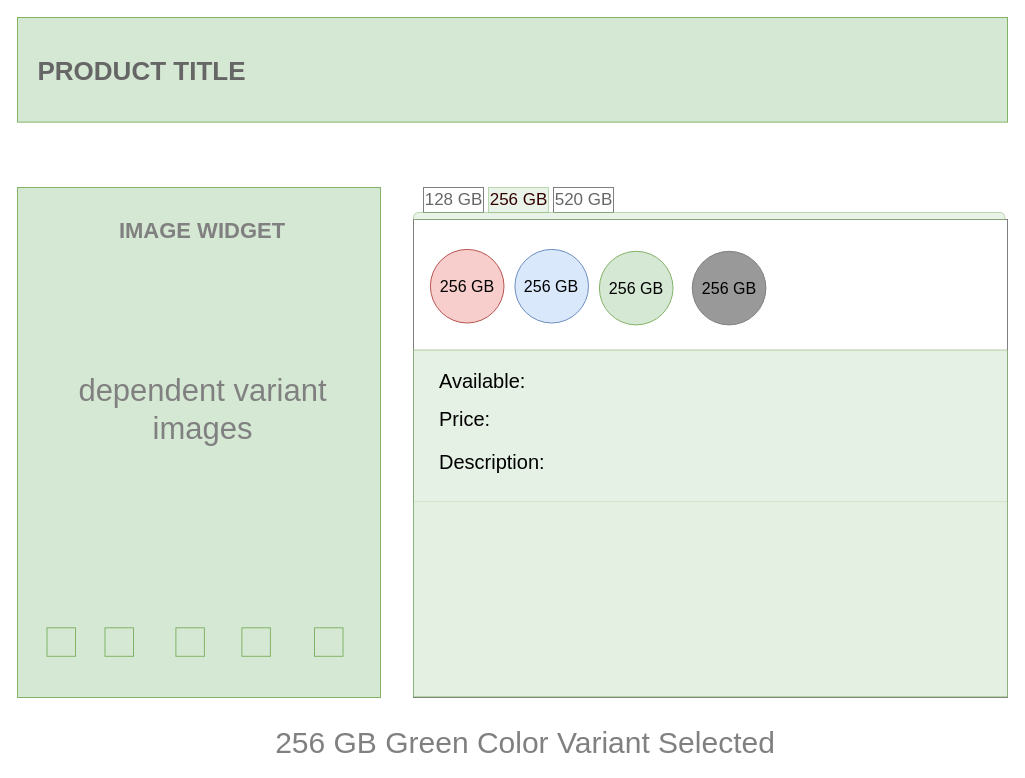
Before: _draw/display.drawio in arsibux/anatomy-of-commerce-product, a draw.io diagram. Source tidied: cells renumbered, new cells numbered last; positions are measured from the earlier drawing's top-left corner, leaving out a move shared by most shapes. Both pictures are drawn from the tidied source at 100%, with x=0, y=0 at pixel (17, 17).
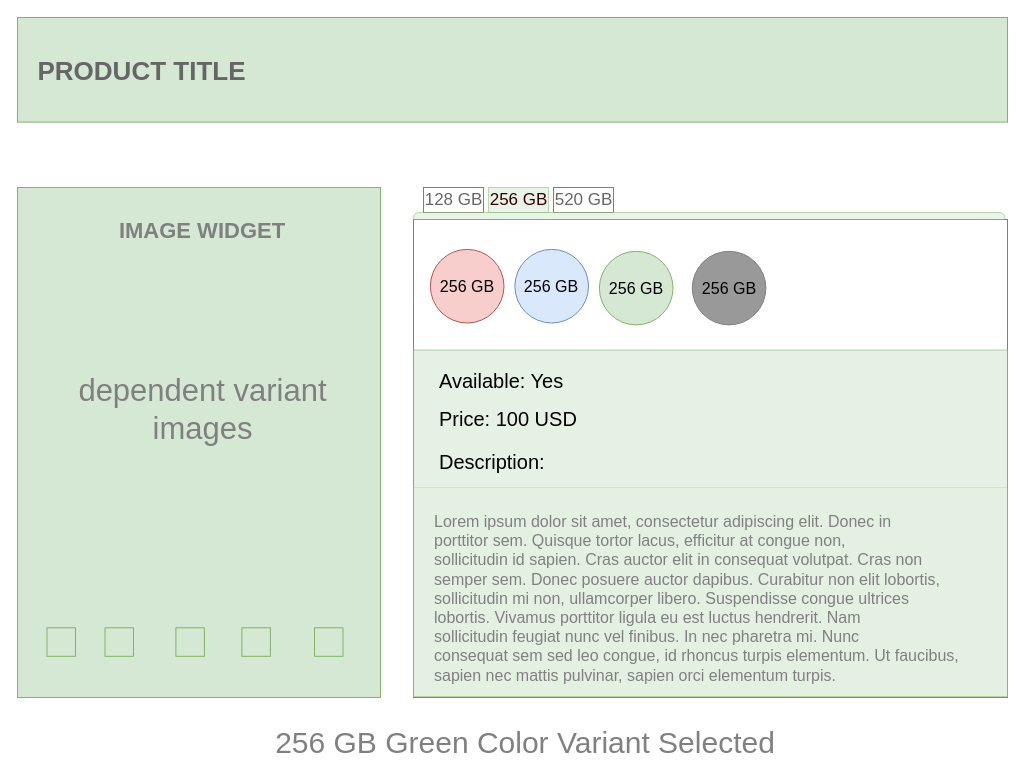
The same diagram, later.

Commit message (it also covers changes not shown here):
display product

Unchanged cells that the change refers to:
```xml
<mxCell id="12" style="strokeWidth=1;shadow=0;dashed=0;align=center;html=1;shape=mxgraph.mockup.containers.marginRect2;rectMarginTop=32;opacity=50;" parent="2" vertex="1">
  <mxGeometry x="396" y="170" width="594" height="510" as="geometry" />
</mxCell>
```

Diff of the diagram source:
```diff
@@
-    <mxCell id="22" value="&lt;font style=&quot;font-size: 20px;&quot;&gt;Available:&amp;nbsp;&lt;/font&gt;" style="text;html=1;strokeColor=none;fillColor=none;align=left;verticalAlign=middle;whiteSpace=wrap;rounded=0;fontSize=20;opacity=60;" parent="12" vertex="1">
-      <mxGeometry x="23.6" y="164.4" width="101.4" height="56.7" as="geometry" />
+    <mxCell id="22" value="&lt;font style=&quot;font-size: 20px;&quot;&gt;Available: Yes&lt;/font&gt;" style="text;html=1;strokeColor=none;fillColor=none;align=left;verticalAlign=middle;whiteSpace=wrap;rounded=0;fontSize=20;opacity=60;" parent="12" vertex="1">
+      <mxGeometry x="23.6" y="164.4" width="166.4" height="56.7" as="geometry" />
     </mxCell>
-    <mxCell id="23" value="&lt;font style=&quot;font-size: 20px;&quot;&gt;Price:&amp;nbsp;&lt;/font&gt;" style="text;html=1;strokeColor=none;fillColor=none;align=left;verticalAlign=middle;whiteSpace=wrap;rounded=0;fontSize=20;opacity=60;" parent="12" vertex="1">
-      <mxGeometry x="23.6" y="202.2" width="101.4" height="56.7" as="geometry" />
+    <mxCell id="23" value="&lt;font style=&quot;font-size: 20px;&quot;&gt;Price: 100 USD&lt;/font&gt;" style="text;html=1;strokeColor=none;fillColor=none;align=left;verticalAlign=middle;whiteSpace=wrap;rounded=0;fontSize=20;opacity=60;" parent="12" vertex="1">
+      <mxGeometry x="23.6" y="202.2" width="166.4" height="56.7" as="geometry" />
     </mxCell>
@@
     <mxCell id="25" style="rounded=0;whiteSpace=wrap;html=1;fontSize=12;opacity=20;fillColor=#d5e8d4;strokeColor=#82b366;" parent="12" vertex="1">
-      <mxGeometry y="314.2" width="594" height="195" as="geometry" />
+      <mxGeometry y="300" width="594" height="209.2" as="geometry" />
     </mxCell>
+    <mxCell id="28" value="Lorem ipsum dolor sit amet, consectetur adipiscing elit. Donec in &lt;br/&gt;porttitor sem. Quisque tortor lacus, efficitur at congue non, &lt;br/&gt;sollicitudin id sapien. Cras auctor elit in consequat volutpat. Cras non&lt;br/&gt; semper sem. Donec posuere auctor dapibus. Curabitur non elit lobortis, &lt;br/&gt;sollicitudin mi non, ullamcorper libero. Suspendisse congue ultrices &lt;br/&gt;lobortis. Vivamus porttitor ligula eu est luctus hendrerit. Nam &lt;br/&gt;sollicitudin feugiat nunc vel finibus. In nec pharetra mi. Nunc &lt;br/&gt;consequat sem sed leo congue, id rhoncus turpis elementum. Ut faucibus, &lt;br/&gt;sapien nec mattis pulvinar, sapien orci elementum turpis." style="text;html=1;strokeColor=none;fillColor=none;align=left;verticalAlign=top;whiteSpace=wrap;rounded=0;fontSize=16;fontColor=#808080;" parent="12" vertex="1">
+      <mxGeometry x="18.6" y="318" width="556.4" height="180" as="geometry" />
+    </mxCell>
```
